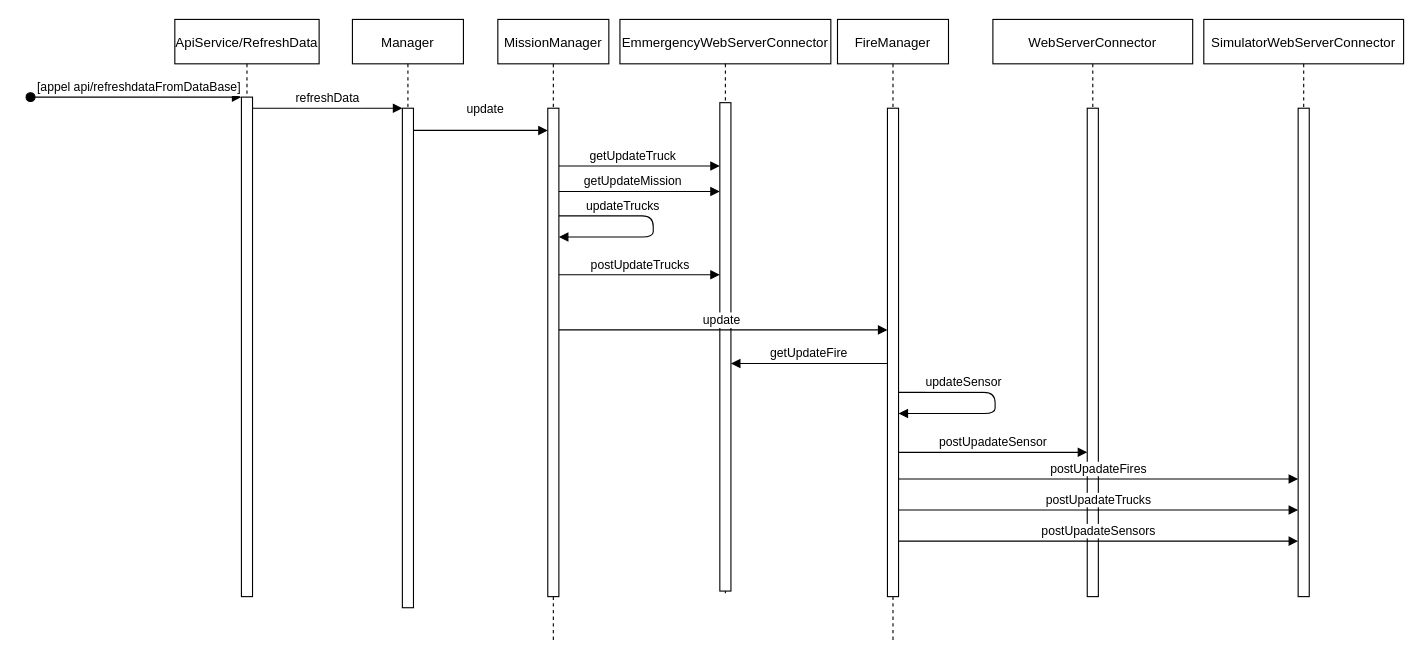
Emile-Bergin/S7-ProjetScientifique keeps this draw.io diagram as UML/Diagramme de classe Simulator.drawio. Above is the earlier version. Source tidied: cells renumbered, new cells numbered last; positions are measured from the earlier drawing's top-left corner, leaving out a move shared by most shapes. Both pictures are drawn from the tidied source at 111%, with x=0, y=0 at pixel (30, 19).
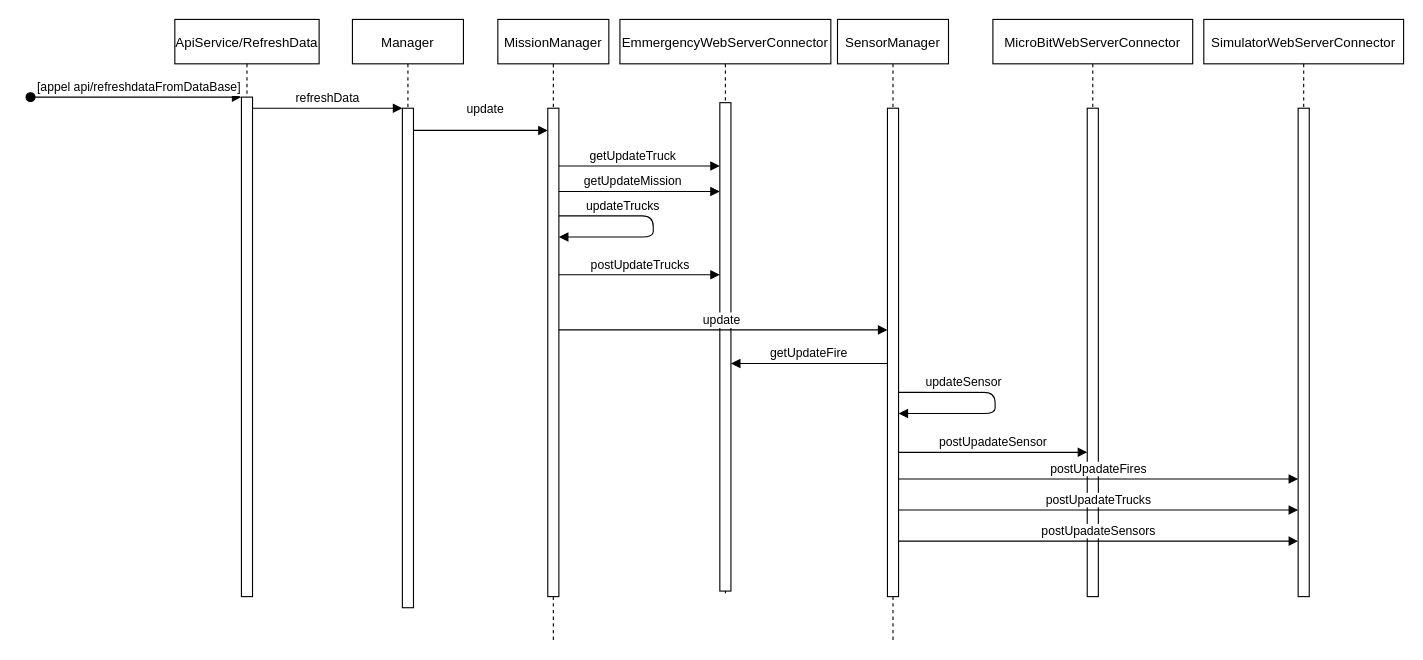
After the change.

The edit, as a diff of the source:
```diff
@@
-    <mxCell id="10" value="FireManager" style="shape=umlLifeline;perimeter=lifelinePerimeter;rounded=0;shadow=0;strokeWidth=1;" parent="1" vertex="1">
+    <mxCell id="10" value="SensorManager" style="shape=umlLifeline;perimeter=lifelinePerimeter;rounded=0;shadow=0;strokeWidth=1;" parent="1" vertex="1">
       <mxGeometry x="727" width="100" height="560" as="geometry" />
     </mxCell>
@@
-    <mxCell id="20" value="WebServerConnector" style="shape=umlLifeline;perimeter=lifelinePerimeter;rounded=0;shadow=0;strokeWidth=1;" parent="1" vertex="1">
+    <mxCell id="20" value="MicroBitWebServerConnector" style="shape=umlLifeline;perimeter=lifelinePerimeter;rounded=0;shadow=0;strokeWidth=1;" parent="1" vertex="1">
       <mxGeometry x="867" width="180" height="520" as="geometry" />
     </mxCell>
```
